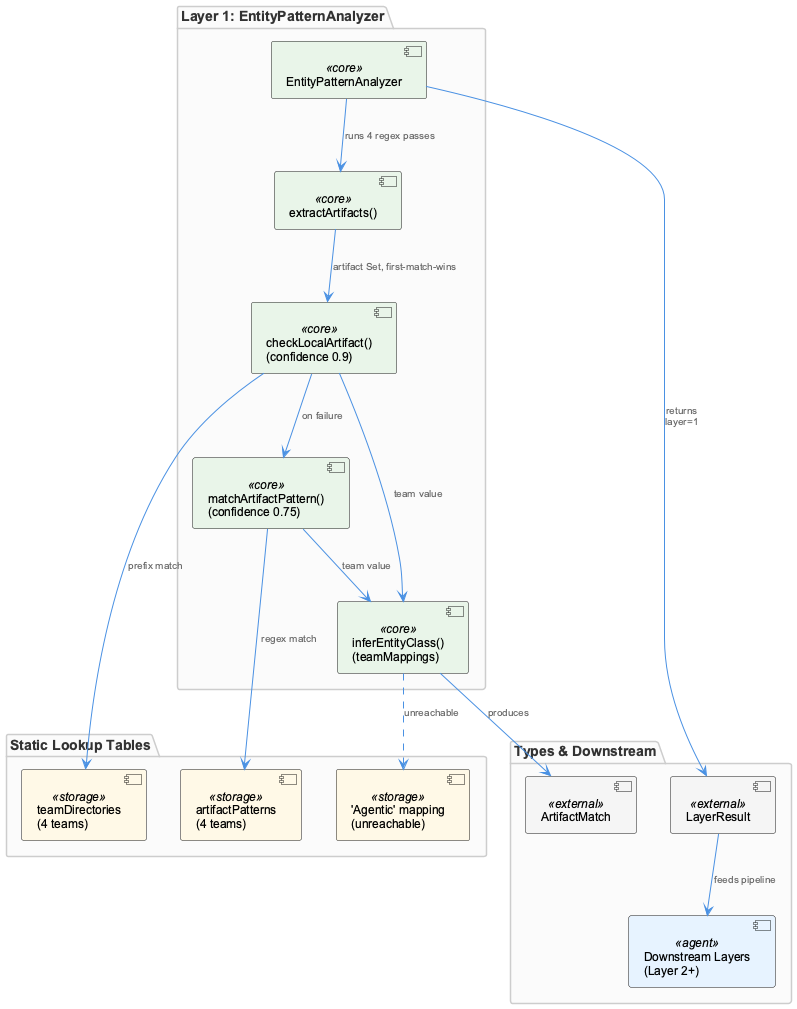
This is knowledge-management/insights/images/entity-pattern-analyzer-architecture.png from fwornle/coding, a PlantUML export, as it was before one commit.
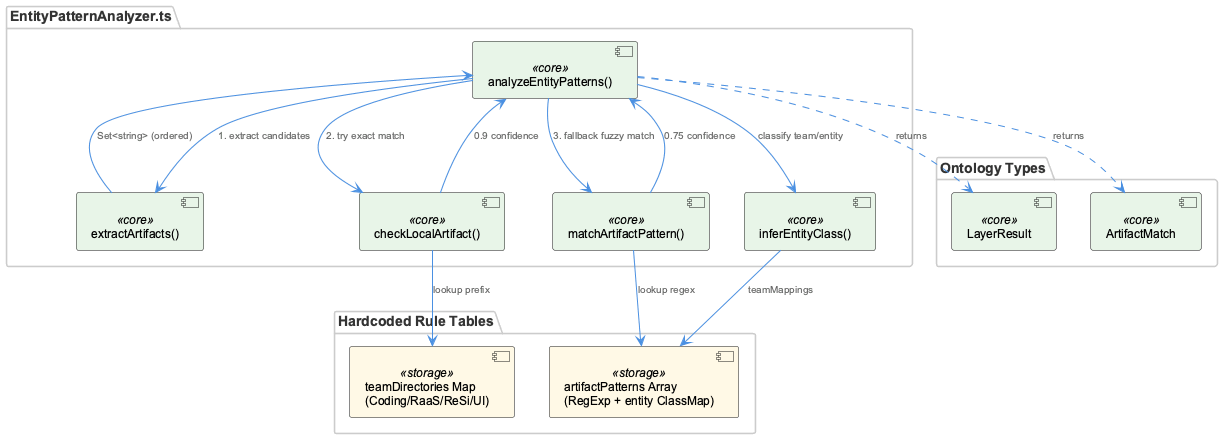
Later version of the same file.

The edit, as a diff of the source:
```diff
@@ -1,36 +1,36 @@
 @startuml
 !include /Users/Q284340/Agentic/coding/docs/puml/_standard-style.puml
 
-package "Layer 1: EntityPatternAnalyzer" {
-  component "EntityPatternAnalyzer" as epa <<core>>
-  component "extractArtifacts()" as extract <<core>>
-  component "checkLocalArtifact()\n(confidence 0.9)" as local <<core>>
-  component "matchArtifactPattern()\n(confidence 0.75)" as pattern <<core>>
-  component "inferEntityClass()\n(teamMappings)" as infer <<core>>
+package "Ontology Types" {
+  component "LayerResult" as lr <<core>>
+  component "ArtifactMatch" as am <<core>>
 }
 
-package "Static Lookup Tables" {
-  component "teamDirectories\n(4 teams)" as dirs <<storage>>
-  component "artifactPatterns\n(4 teams)" as pats <<storage>>
-  component "'Agentic' mapping\n(unreachable)" as agentic <<storage>>
+package "EntityPatternAnalyzer.ts" {
+  component "analyzeEntityPatterns()" as analyze <<core>>
+  component "extractArtifacts()" as extract <<core>>
+  component "checkLocalArtifact()" as local <<core>>
+  component "matchArtifactPattern()" as regex <<core>>
+  component "inferEntityClass()" as infer <<core>>
 }
 
-package "Types & Downstream" {
-  component "LayerResult" as lr <<external>>
-  component "ArtifactMatch" as am <<external>>
-  component "Downstream Layers\n(Layer 2+)" as downstream <<agent>>
+package "Hardcoded Rule Tables" {
+  component "teamDirectories Map\n(Coding/RaaS/ReSi/UI)" as dirs <<storage>>
+  component "artifactPatterns Array\n(RegExp + entity ClassMap)" as patterns <<storage>>
 }
 
-epa --> extract : "runs 4 regex passes"
-extract --> local : "artifact Set, first-match-wins"
-local --> pattern : "on failure"
-local --> dirs : "prefix match"
-pattern --> pats : "regex match"
-local --> infer : "team value"
-pattern --> infer : "team value"
-infer ..> agentic : "unreachable"
-infer --> am : "produces"
-epa --> lr : "returns\nlayer=1"
-lr --> downstream : "feeds pipeline"
+analyze --> extract : "1. extract candidates"
+extract --> analyze : "Set<string> (ordered)"
+analyze --> local : "2. try exact match"
+local --> dirs : "lookup prefix"
+local --> analyze : "0.9 confidence"
+analyze --> regex : "3. fallback fuzzy match"
+regex --> patterns : "lookup regex"
+regex --> analyze : "0.75 confidence"
+analyze --> infer : "classify team/entity"
+infer --> patterns : "teamMappings"
+
+analyze ..> lr : "returns"
+analyze ..> am : "returns"
 
 @enduml
```
